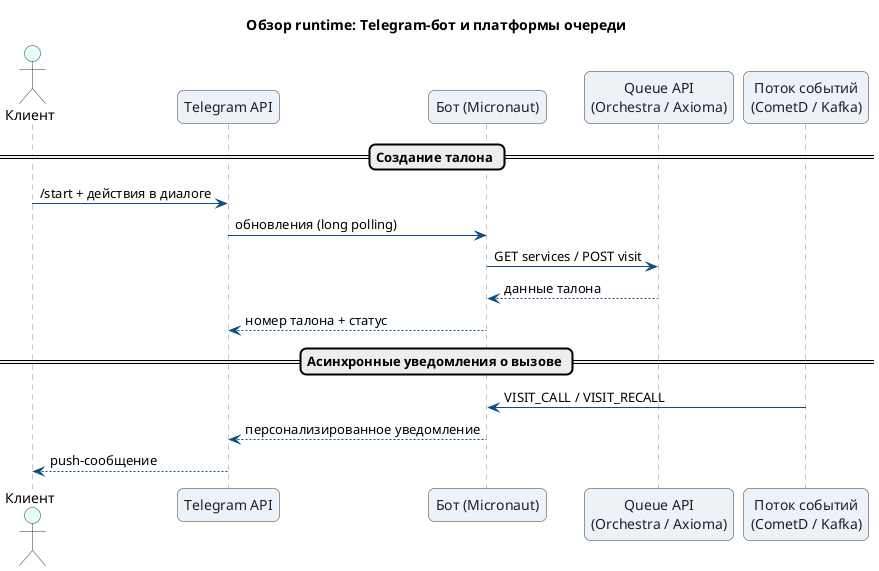
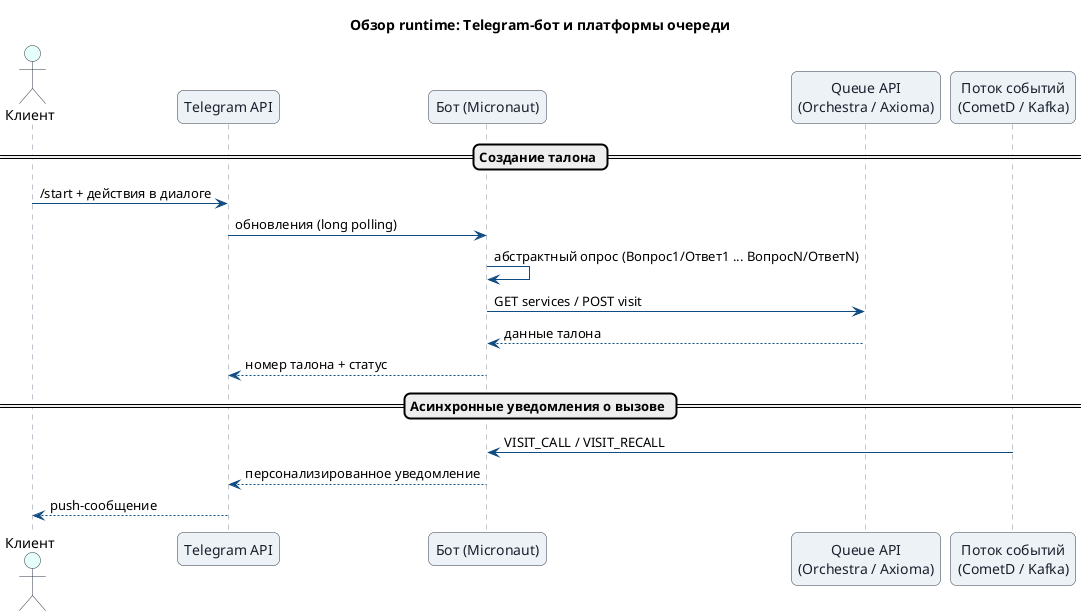
@startuml
title Обзор runtime: Telegram-бот и платформы очереди
skinparam backgroundColor #FFFFFF
skinparam shadowing false
skinparam roundcorner 12
skinparam sequence {
  ArrowColor #0F4C81
  LifeLineBorderColor #7C8798
  LifeLineBackgroundColor #F7FAFC
  ParticipantBorderColor #2D3748
  ParticipantBackgroundColor #EDF2F7
  ParticipantFontColor #1A202C
  ActorBorderColor #2D3748
  ActorBackgroundColor #E6FFFA
}

actor "Клиент" as User
participant "Telegram API" as Telegram
participant "Бот (Micronaut)" as Bot
participant "Queue API\n(Orchestra / Axioma)" as Queue
participant "Поток событий\n(CometD / Kafka)" as Events

== Создание талона ==
User -> Telegram: /start + действия в диалоге
Telegram -> Bot: обновления (long polling)
+ Bot -> Bot: абстрактный опрос (Вопрос1/Ответ1 ... ВопросN/ОтветN)
Bot -> Queue: GET services / POST visit
Queue --> Bot: данные талона
Bot --> Telegram: номер талона + статус

== Асинхронные уведомления о вызове ==
Events -> Bot: VISIT_CALL / VISIT_RECALL
Bot --> Telegram: персонализированное уведомление
Telegram --> User: push-сообщение
@enduml
